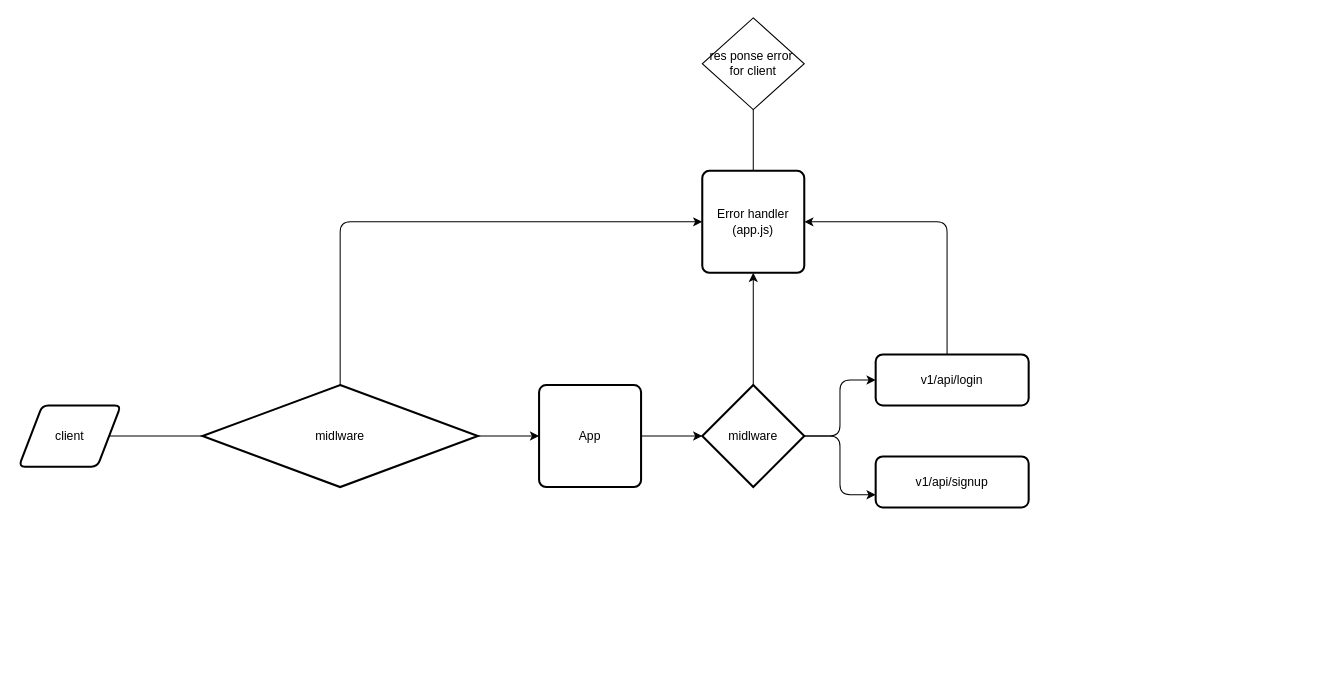
The draw.io diagram docs/flow.drawio in HoangDinhSon/register-login-logout, before the edit. Source tidied: cells renumbered, new cells numbered last; positions are measured from the earlier drawing's top-left corner, leaving out a move shared by most shapes. Both pictures are drawn from the tidied source at 102%, with x=0, y=0 at pixel (18, 17).
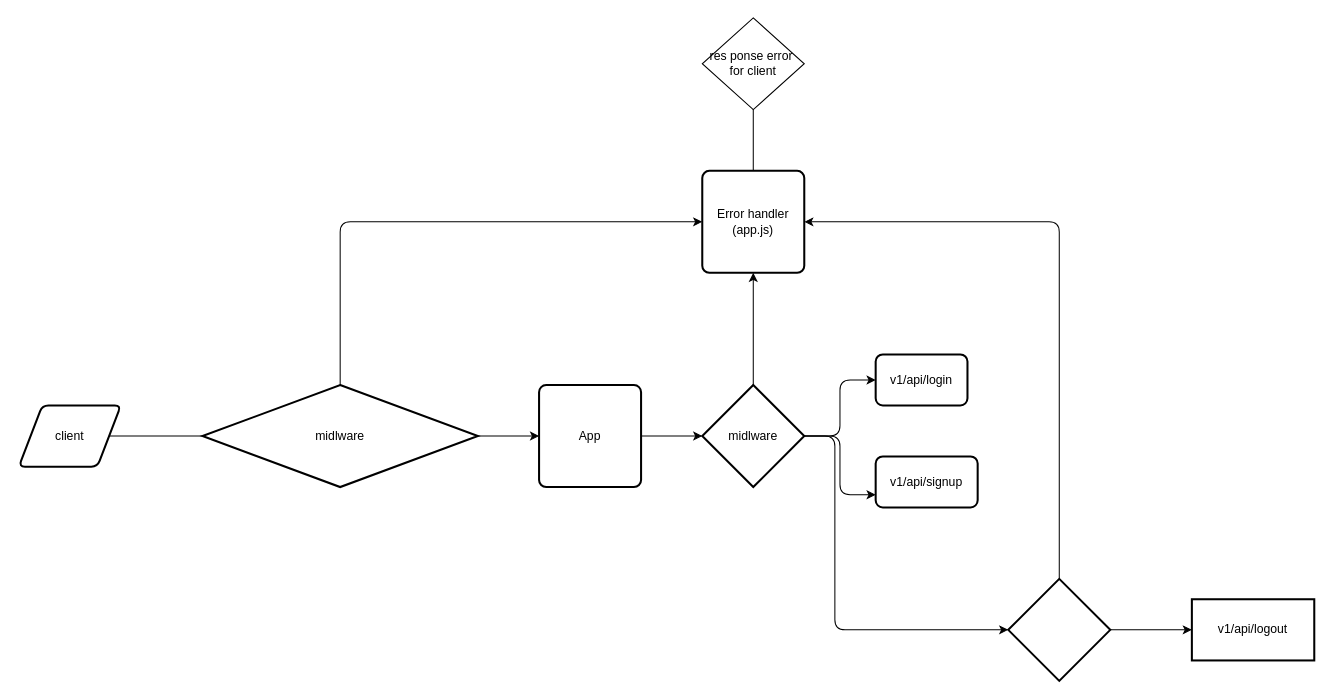
The same diagram, later.

The change refers to these unchanged cells:
```xml
<mxCell id="10" value="midlware" style="strokeWidth=2;html=1;shape=mxgraph.flowchart.decision;whiteSpace=wrap;" parent="1" vertex="1">
  <mxGeometry x="670" y="360" width="100" height="100" as="geometry" />
</mxCell>
<mxCell id="12" value="Error handler&lt;br&gt;(app.js)" style="rounded=1;whiteSpace=wrap;html=1;absoluteArcSize=1;arcSize=14;strokeWidth=2;" parent="1" vertex="1">
  <mxGeometry x="670" y="150" width="100" height="100" as="geometry" />
</mxCell>
```

Diff of the diagram source:
```diff
@@
-    <mxCell id="4" style="edgeStyle=orthogonalEdgeStyle;html=1;entryX=1;entryY=0.5;entryDx=0;entryDy=0;elbow=vertical;" parent="1" edge="1" source="5" target="12">
-      <mxGeometry relative="1" as="geometry">
-        <Array as="points">
-          <mxPoint x="910" y="200" />
-        </Array>
-      </mxGeometry>
-    </mxCell>
     <mxCell id="5" value="v1/api/login" style="rounded=1;whiteSpace=wrap;html=1;absoluteArcSize=1;arcSize=14;strokeWidth=2;" parent="1" vertex="1">
-      <mxGeometry x="840" y="330" width="150" height="50" as="geometry" />
+      <mxGeometry x="840" y="330" width="90" height="50" as="geometry" />
     </mxCell>
     <mxCell id="6" value="v1/api/signup" style="rounded=1;whiteSpace=wrap;html=1;absoluteArcSize=1;arcSize=14;strokeWidth=2;" parent="1" vertex="1">
-      <mxGeometry x="840" y="430" width="150" height="50" as="geometry" />
+      <mxGeometry x="840" y="430" width="100" height="50" as="geometry" />
     </mxCell>
@@
+    <mxCell id="18" style="edgeStyle=orthogonalEdgeStyle;html=1;exitX=1;exitY=0.5;exitDx=0;exitDy=0;exitPerimeter=0;entryX=0;entryY=0.5;entryDx=0;entryDy=0;entryPerimeter=0;" parent="1" edge="1" source="10" target="21">
+      <mxGeometry relative="1" as="geometry">
+        <Array as="points">
+          <mxPoint x="800" y="410" />
+          <mxPoint x="800" y="600" />
+        </Array>
+      </mxGeometry>
+    </mxCell>
@@
+    <mxCell id="19" style="edgeStyle=orthogonalEdgeStyle;html=1;entryX=0;entryY=0.5;entryDx=0;entryDy=0;" parent="1" edge="1" source="21" target="22">
+      <mxGeometry relative="1" as="geometry" />
+    </mxCell>
+    <mxCell id="20" style="edgeStyle=orthogonalEdgeStyle;html=1;entryX=1;entryY=0.5;entryDx=0;entryDy=0;exitX=0.5;exitY=0;exitDx=0;exitDy=0;exitPerimeter=0;" parent="1" edge="1" source="21" target="12">
+      <mxGeometry relative="1" as="geometry">
+        <Array as="points">
+          <mxPoint x="1020" y="200" />
+        </Array>
+      </mxGeometry>
+    </mxCell>
+    <mxCell id="21" style="strokeWidth=2;html=1;shape=mxgraph.flowchart.decision;whiteSpace=wrap;" parent="1" vertex="1">
+      <mxGeometry x="970" y="550" width="100" height="100" as="geometry" />
+    </mxCell>
+    <mxCell id="22" value="v1/api/logout" style="whiteSpace=wrap;html=1;strokeWidth=2;" parent="1" vertex="1">
+      <mxGeometry x="1150" y="570" width="120" height="60" as="geometry" />
+    </mxCell>
```
